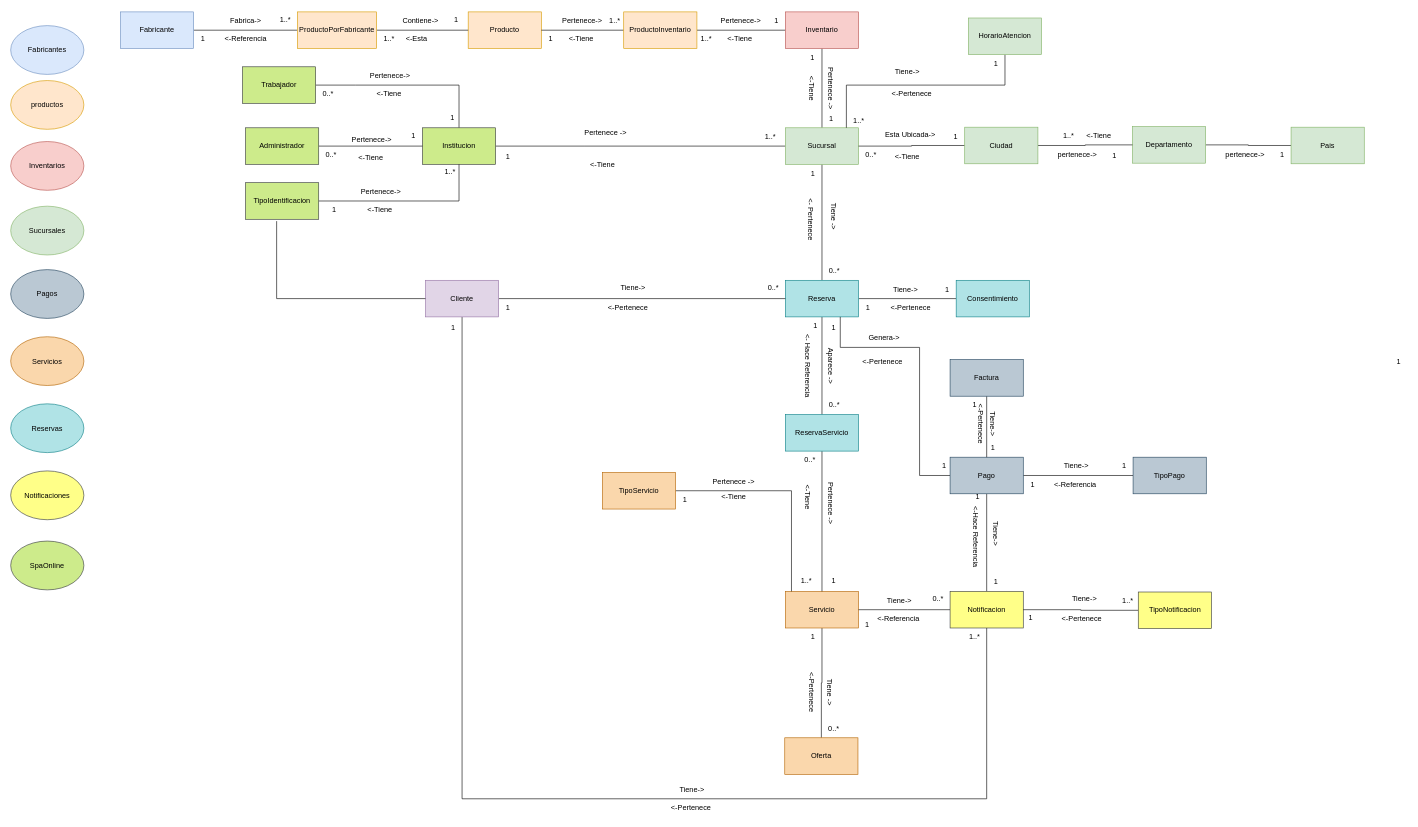
The draw.io diagram page "3.ModeloDominioCompleto" (3 of 14) of SpaOnline/ModeloDominioSpa.drawio in cristianospina/DOO, before the edit. Source tidied: cells renumbered, new cells numbered last; positions are measured from the earlier drawing's top-left corner, leaving out a move shared by most shapes. Both pictures are drawn from the tidied source at 61%, with x=0, y=0 at pixel (10, 10).
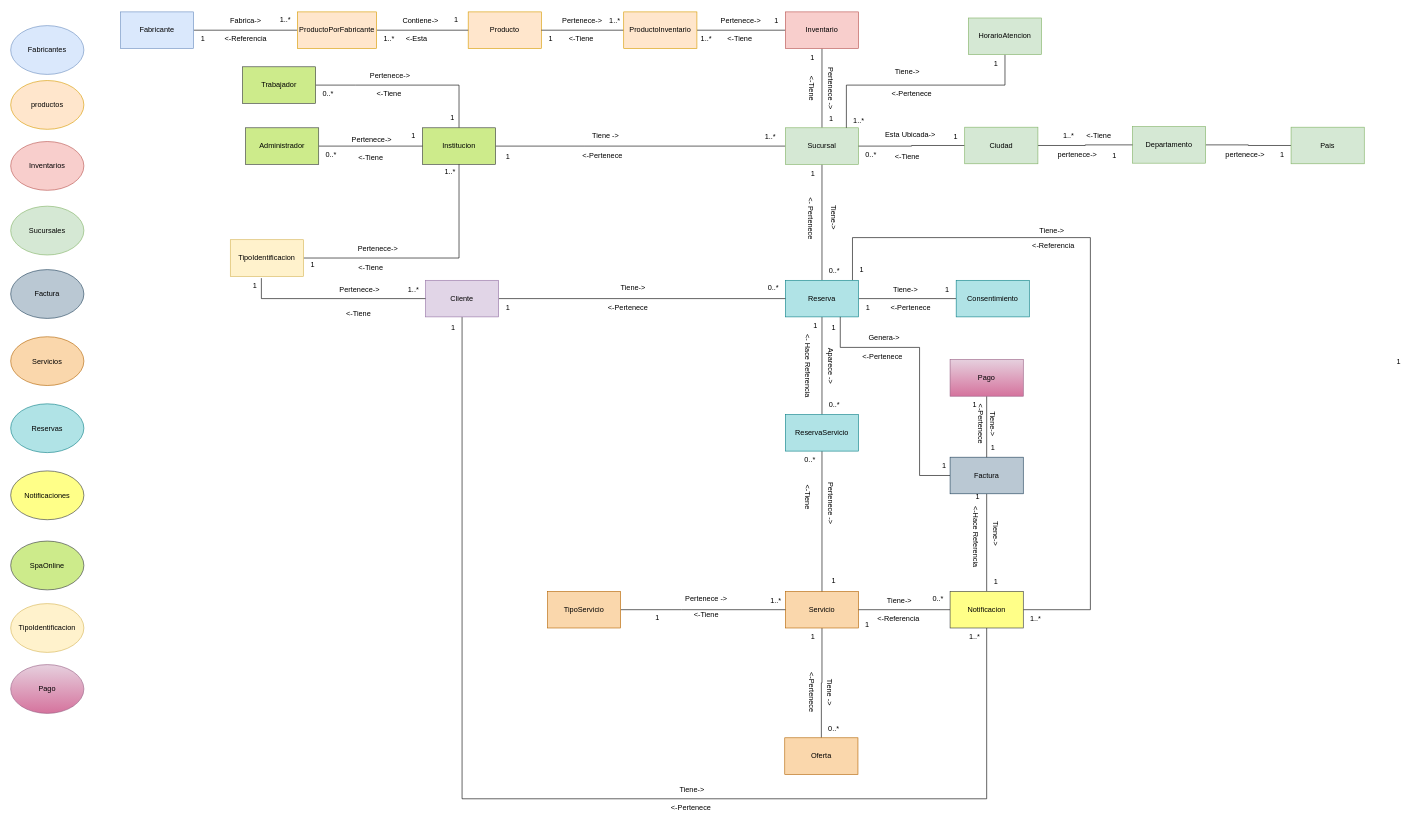
The same diagram, later.

Commit message (it also covers changes not shown here):
Cambio de modelo de Dominio delimitado y completo. se puso Dominio de TipoIdentificacion y Factura

Unchanged cells that the change refers to:
```xml
<mxCell id="4" value="Servicio" style="rounded=0;whiteSpace=wrap;html=1;fillColor=#fad7ac;strokeColor=#b46504;" parent="1" vertex="1">
  <mxGeometry x="1270" y="952" width="120" height="60" as="geometry" />
</mxCell>
<mxCell id="7" value="Reserva" style="rounded=0;whiteSpace=wrap;html=1;fillColor=#b0e3e6;strokeColor=#0e8088;" parent="1" vertex="1">
  <mxGeometry x="1270" y="442" width="120" height="60" as="geometry" />
</mxCell>
<mxCell id="27" value="Notificacion" style="rounded=0;whiteSpace=wrap;html=1;fillColor=#ffff88;strokeColor=#36393d;" parent="1" vertex="1">
  <mxGeometry x="1540" y="952" width="120" height="60" as="geometry" />
</mxCell>
```

What changed in the source:
```diff
@@
+    <mxCell id="172" style="edgeStyle=orthogonalEdgeStyle;rounded=0;jettySize=auto;html=1;endArrow=none;endFill=0;" parent="1" edge="1" source="7" target="27">
+      <mxGeometry relative="1" as="geometry">
+        <Array as="points">
+          <mxPoint x="1380" y="372" />
+          <mxPoint x="1770" y="372" />
+          <mxPoint x="1770" y="982" />
+        </Array>
+      </mxGeometry>
+    </mxCell>
@@
-    <mxCell id="10" style="edgeStyle=orthogonalEdgeStyle;rounded=0;jettySize=auto;html=1;endArrow=none;endFill=0;" parent="1" edge="1" source="11" target="114">
-      <mxGeometry relative="1" as="geometry" />
-    </mxCell>
-    <mxCell id="11" value="Pago&lt;br&gt;" style="rounded=0;whiteSpace=wrap;html=1;fillColor=#bac8d3;strokeColor=#23445d;" parent="1" vertex="1">
+    <mxCell id="11" value="Factura" style="rounded=0;whiteSpace=wrap;html=1;fillColor=#bac8d3;strokeColor=#23445d;" parent="1" vertex="1">
       <mxGeometry x="1540" y="732" width="120" height="60" as="geometry" />
     </mxCell>
@@
-    <mxCell id="38" value="&lt;br&gt;&amp;lt;- Pertenece" style="text;html=1;align=center;verticalAlign=middle;rotation=90;fillColor=none;" parent="1" vertex="1">
-      <mxGeometry x="1274" y="322" width="90" height="40" as="geometry" />
+    <mxCell id="38" value="&lt;br&gt;&amp;lt;- Pertenece&amp;nbsp;" style="text;html=1;align=center;verticalAlign=middle;rotation=90;fillColor=none;" parent="1" vertex="1">
+      <mxGeometry x="1269" y="322" width="100" height="40" as="geometry" />
     </mxCell>
-    <mxCell id="39" value="Tiene -&amp;gt;" style="text;html=1;align=center;verticalAlign=middle;rotation=90;fillColor=none;" parent="1" vertex="1">
+    <mxCell id="39" value="&amp;nbsp;Tiene-&amp;gt;" style="text;html=1;align=center;verticalAlign=middle;rotation=90;fillColor=none;" parent="1" vertex="1">
       <mxGeometry x="1315" y="322" width="70" height="30" as="geometry" />
     </mxCell>
@@
     <mxCell id="51" value="&amp;lt;-Pertenece" style="text;html=1;align=center;verticalAlign=middle;fillColor=none;" parent="1" vertex="1">
-      <mxGeometry x="1384" y="559.5" width="90" height="30" as="geometry" />
+      <mxGeometry x="1384" y="552" width="90" height="30" as="geometry" />
     </mxCell>
@@
     <mxCell id="58" style="edgeStyle=orthogonalEdgeStyle;rounded=0;jettySize=auto;html=1;endArrow=none;endFill=0;fillColor=none;" parent="1" edge="1" source="59" target="4">
       <mxGeometry relative="1" as="geometry">
         <Array as="points">
-          <mxPoint x="1280" y="787" />
+          <mxPoint x="1100" y="982" />
+          <mxPoint x="1100" y="982" />
         </Array>
       </mxGeometry>
     </mxCell>
     <mxCell id="59" value="TipoServicio" style="rounded=0;whiteSpace=wrap;html=1;fillColor=#fad7ac;strokeColor=#b46504;" parent="1" vertex="1">
-      <mxGeometry x="970" y="757" width="120" height="60" as="geometry" />
+      <mxGeometry x="880" y="952" width="120" height="60" as="geometry" />
     </mxCell>
     <mxCell id="60" value="Pertenece -&amp;gt;" style="text;html=1;align=center;verticalAlign=middle;fillColor=none;" parent="1" vertex="1">
-      <mxGeometry x="1140" y="757" width="90" height="30" as="geometry" />
+      <mxGeometry x="1095" y="949.5" width="90" height="30" as="geometry" />
     </mxCell>
     <mxCell id="61" value="&amp;lt;-Tiene" style="text;html=1;align=center;verticalAlign=middle;fillColor=none;" parent="1" vertex="1">
-      <mxGeometry x="1155" y="782" width="60" height="30" as="geometry" />
+      <mxGeometry x="1110" y="974.5" width="60" height="30" as="geometry" />
     </mxCell>
     <mxCell id="62" value="1..*" style="text;html=1;align=center;verticalAlign=middle;fillColor=none;" parent="1" vertex="1">
-      <mxGeometry x="1284" y="919.5" width="40" height="30" as="geometry" />
+      <mxGeometry x="1234" y="952" width="40" height="30" as="geometry" />
     </mxCell>
     <mxCell id="63" value="1" style="text;html=1;align=center;verticalAlign=middle;fillColor=none;" parent="1" vertex="1">
-      <mxGeometry x="1090" y="787" width="30" height="30" as="geometry" />
+      <mxGeometry x="1045" y="979.5" width="30" height="30" as="geometry" />
     </mxCell>
@@
-    <mxCell id="69" value="Factura" style="rounded=0;whiteSpace=wrap;html=1;fillColor=#bac8d3;strokeColor=#23445d;" parent="1" vertex="1">
+    <mxCell id="69" value="Pago" style="rounded=0;whiteSpace=wrap;html=1;fillColor=#e6d0de;strokeColor=#996185;gradientColor=#d5739d;" parent="1" vertex="1">
       <mxGeometry x="1540" y="572" width="120" height="60" as="geometry" />
     </mxCell>
@@
-    <mxCell id="94" value="&lt;br&gt;&amp;lt;-Tiene" style="text;html=1;align=center;verticalAlign=middle;rotation=0;fillColor=none;" parent="1" vertex="1">
-      <mxGeometry x="940" y="225" width="60" height="40" as="geometry" />
+    <mxCell id="94" value="&lt;br&gt;&amp;lt;-Pertenece" style="text;html=1;align=center;verticalAlign=middle;rotation=0;fillColor=none;" parent="1" vertex="1">
+      <mxGeometry x="925" y="210" width="90" height="40" as="geometry" />
     </mxCell>
-    <mxCell id="95" value="Pertenece -&amp;gt;" style="text;html=1;align=center;verticalAlign=middle;rotation=0;fillColor=none;" parent="1" vertex="1">
-      <mxGeometry x="930" y="184.5" width="90" height="30" as="geometry" />
+    <mxCell id="95" value="Tiene -&amp;gt;" style="text;html=1;align=center;verticalAlign=middle;rotation=0;fillColor=none;" parent="1" vertex="1">
+      <mxGeometry x="940" y="190" width="70" height="30" as="geometry" />
     </mxCell>
@@
-    <mxCell id="114" value="TipoPago" style="rounded=0;whiteSpace=wrap;html=1;fillColor=#bac8d3;strokeColor=#23445d;" parent="1" vertex="1">
-      <mxGeometry x="1840" y="732" width="120" height="60" as="geometry" />
-    </mxCell>
-    <mxCell id="115" value="&amp;nbsp;Tiene-&amp;gt;" style="text;html=1;align=center;verticalAlign=middle;fillColor=none;" parent="1" vertex="1">
-      <mxGeometry x="1710" y="732" width="70" height="30" as="geometry" />
-    </mxCell>
-    <mxCell id="116" value="1" style="text;html=1;align=center;verticalAlign=middle;strokeColor=none;fillColor=none;" parent="1" vertex="1">
-      <mxGeometry x="1810" y="732" width="30" height="30" as="geometry" />
-    </mxCell>
-    <mxCell id="117" value="&amp;lt;-Referencia" style="text;html=1;align=center;verticalAlign=middle;fillColor=none;" parent="1" vertex="1">
-      <mxGeometry x="1700" y="762" width="90" height="30" as="geometry" />
-    </mxCell>
-    <mxCell id="118" value="1" style="text;html=1;align=center;verticalAlign=middle;strokeColor=none;fillColor=none;" parent="1" vertex="1">
-      <mxGeometry x="1660" y="762" width="30" height="30" as="geometry" />
-    </mxCell>
@@
-    <mxCell id="123" value="Pagos" style="ellipse;whiteSpace=wrap;html=1;fillColor=#bac8d3;strokeColor=#23445d;" parent="1" vertex="1">
+    <mxCell id="123" value="Factura" style="ellipse;whiteSpace=wrap;html=1;fillColor=#bac8d3;strokeColor=#23445d;" parent="1" vertex="1">
       <mxGeometry y="424.5" width="120" height="80" as="geometry" />
     </mxCell>
@@
-    <mxCell id="133" value="TipoIdentificacion" style="rounded=0;whiteSpace=wrap;html=1;fillColor=#cdeb8b;strokeColor=#36393d;" parent="1" vertex="1">
-      <mxGeometry x="385" y="282" width="120" height="60" as="geometry" />
+    <mxCell id="133" value="TipoIdentificacion" style="rounded=0;whiteSpace=wrap;html=1;fillColor=#fff2cc;strokeColor=#d6b656;" parent="1" vertex="1">
+      <mxGeometry x="360" y="375.5" width="120" height="60" as="geometry" />
     </mxCell>
     <mxCell id="134" value="&amp;nbsp;Pertenece-&amp;gt;" style="text;html=1;align=center;verticalAlign=middle;fillColor=none;" parent="1" vertex="1">
-      <mxGeometry x="560" y="282" width="90" height="30" as="geometry" />
+      <mxGeometry x="555" y="375.5" width="90" height="30" as="geometry" />
     </mxCell>
     <mxCell id="135" value="&amp;lt;-Tiene" style="text;html=1;align=center;verticalAlign=middle;fillColor=none;" parent="1" vertex="1">
-      <mxGeometry x="575" y="312" width="60" height="30" as="geometry" />
+      <mxGeometry x="560" y="405.5" width="60" height="30" as="geometry" />
     </mxCell>
     <mxCell id="136" value="1" style="text;html=1;align=center;verticalAlign=middle;strokeColor=none;fillColor=none;" parent="1" vertex="1">
-      <mxGeometry x="515" y="312" width="30" height="30" as="geometry" />
+      <mxGeometry x="480" y="400.5" width="30" height="30" as="geometry" />
     </mxCell>
@@
-    <mxCell id="165" style="edgeStyle=orthogonalEdgeStyle;rounded=0;jettySize=auto;html=1;endArrow=none;endFill=0;entryX=1;entryY=0.5;entryDx=0;entryDy=0;" parent="1" edge="1" source="166" target="27">
-      <mxGeometry relative="1" as="geometry" />
-    </mxCell>
-    <mxCell id="166" value="TipoNotificacion" style="rounded=0;whiteSpace=wrap;html=1;fillColor=#ffff88;strokeColor=#36393d;" parent="1" vertex="1">
-      <mxGeometry x="1848.5" y="953" width="120" height="60" as="geometry" />
-    </mxCell>
-    <mxCell id="167" value="&amp;lt;-Pertenece&amp;nbsp;&amp;nbsp;" style="text;html=1;align=center;verticalAlign=middle;fillColor=none;" parent="1" vertex="1">
-      <mxGeometry x="1709" y="982" width="100" height="30" as="geometry" />
-    </mxCell>
-    <mxCell id="168" value="Tiene-&amp;gt;" style="text;html=1;align=center;verticalAlign=middle;fillColor=none;" parent="1" vertex="1">
-      <mxGeometry x="1730" y="949.5" width="60" height="30" as="geometry" />
-    </mxCell>
-    <mxCell id="169" value="1" style="text;html=1;align=center;verticalAlign=middle;strokeColor=none;fillColor=none;" parent="1" vertex="1">
-      <mxGeometry x="1659" y="982" width="25" height="26" as="geometry" />
-    </mxCell>
-    <mxCell id="170" value="1..*" style="text;html=1;align=center;verticalAlign=middle;strokeColor=none;fillColor=none;" parent="1" vertex="1">
-      <mxGeometry x="1810.5" y="952" width="40" height="30" as="geometry" />
-    </mxCell>
@@
+    <mxCell id="173" value="TipoIdentificacion" style="ellipse;whiteSpace=wrap;html=1;fillColor=#fff2cc;strokeColor=#d6b656;" parent="1" vertex="1">
+      <mxGeometry y="972" width="120" height="80" as="geometry" />
+    </mxCell>
+    <mxCell id="115" value="&amp;nbsp;Tiene-&amp;gt;" style="text;html=1;align=center;verticalAlign=middle;fillColor=none;" parent="1" vertex="1">
+      <mxGeometry x="1670" y="345.5" width="70" height="30" as="geometry" />
+    </mxCell>
+    <mxCell id="117" value="&amp;lt;-Referencia" style="text;html=1;align=center;verticalAlign=middle;fillColor=none;" parent="1" vertex="1">
+      <mxGeometry x="1664" y="370.5" width="90" height="30" as="geometry" />
+    </mxCell>
+    <mxCell id="174" value="1..*" style="text;html=1;align=center;verticalAlign=middle;strokeColor=none;fillColor=none;" parent="1" vertex="1">
+      <mxGeometry x="1660" y="982" width="40" height="30" as="geometry" />
+    </mxCell>
+    <mxCell id="175" value="1" style="text;html=1;align=center;verticalAlign=middle;strokeColor=none;fillColor=none;" parent="1" vertex="1">
+      <mxGeometry x="1380" y="410" width="30" height="30" as="geometry" />
+    </mxCell>
+    <mxCell id="176" value="1" style="text;html=1;align=center;verticalAlign=middle;strokeColor=none;fillColor=none;" parent="1" vertex="1">
+      <mxGeometry x="385" y="435.5" width="30" height="30" as="geometry" />
+    </mxCell>
+    <mxCell id="177" value="&amp;lt;-Tiene" style="text;html=1;align=center;verticalAlign=middle;fillColor=none;" parent="1" vertex="1">
+      <mxGeometry x="540" y="482" width="60" height="30" as="geometry" />
+    </mxCell>
+    <mxCell id="178" value="&amp;nbsp;Pertenece-&amp;gt;" style="text;html=1;align=center;verticalAlign=middle;fillColor=none;" parent="1" vertex="1">
+      <mxGeometry x="525" y="442" width="90" height="30" as="geometry" />
+    </mxCell>
+    <mxCell id="179" value="1..*" style="text;html=1;align=center;verticalAlign=middle;strokeColor=none;fillColor=none;" parent="1" vertex="1">
+      <mxGeometry x="640" y="442" width="40" height="30" as="geometry" />
+    </mxCell>
+    <mxCell id="180" value="Pago" style="ellipse;whiteSpace=wrap;html=1;fillColor=#e6d0de;strokeColor=#996185;gradientColor=#d5739d;" parent="1" vertex="1">
+      <mxGeometry y="1072" width="120" height="80" as="geometry" />
+    </mxCell>
```
